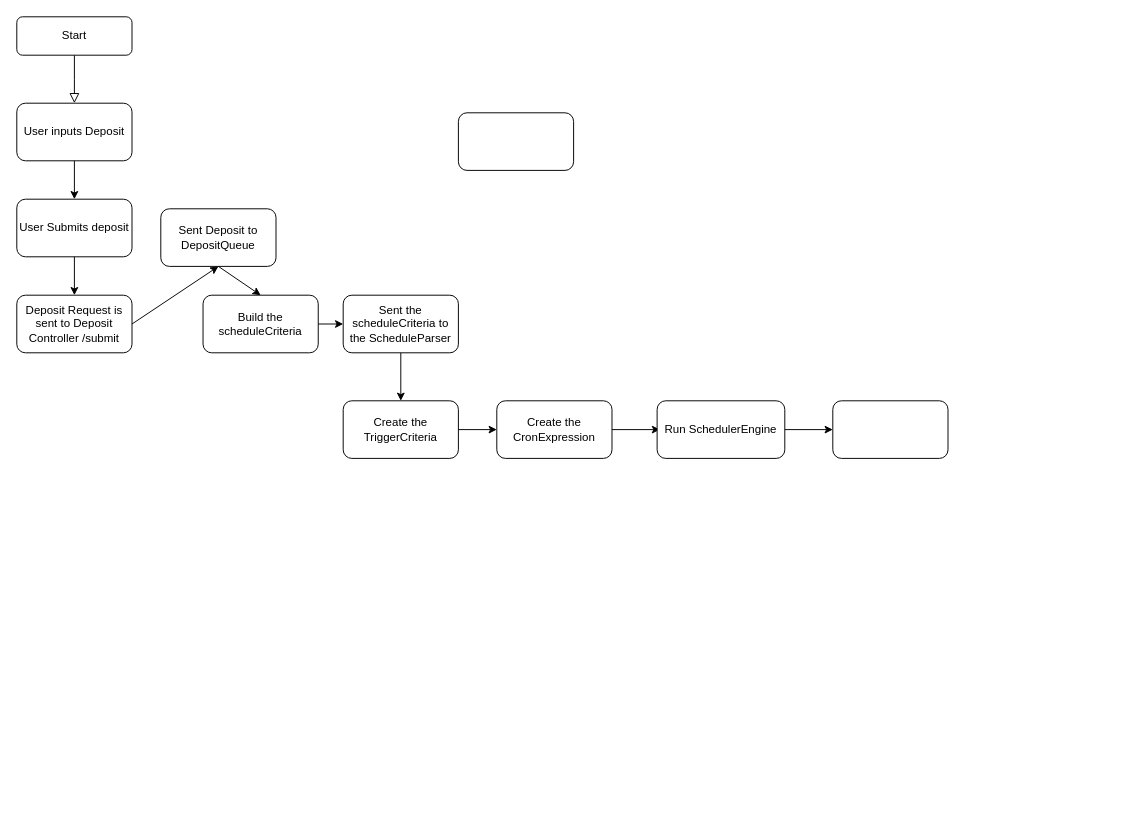
Before: AeroBankApp/DepositProcess.drawio in AKing982/AeroBankApp, a draw.io diagram. Source tidied: cells renumbered, new cells numbered last; positions are measured from the earlier drawing's top-left corner, leaving out a move shared by most shapes. Both pictures are drawn from the tidied source at 96%, with x=0, y=0 at pixel (16, 16).
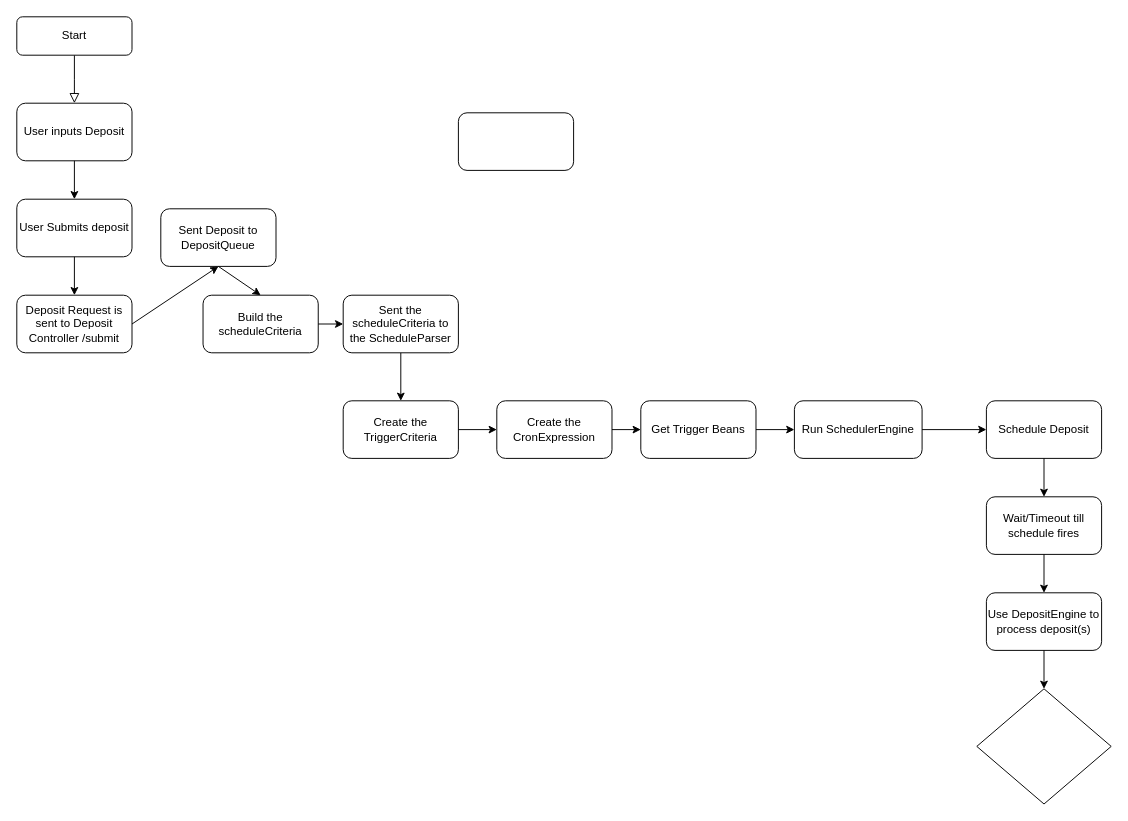
Above is the later version.

The change refers to these unchanged cells:
```xml
<mxCell id="14" value="Create the CronExpression" style="rounded=1;whiteSpace=wrap;html=1;" parent="1" vertex="1">
  <mxGeometry x="500" y="400" width="120" height="60" as="geometry" />
</mxCell>
```

What changed in the source:
```diff
@@
-    <mxCell id="15" style="endArrow=classic;html=1;rounded=0;exitX=1;exitY=0.5;exitDx=0;exitDy=0;" parent="1" edge="1" source="14">
-      <mxGeometry relative="1" as="geometry">
-        <mxPoint x="670" y="430" as="targetPoint" />
-      </mxGeometry>
-    </mxCell>
     <mxCell id="16" value="Run SchedulerEngine" style="rounded=1;whiteSpace=wrap;html=1;" parent="1" vertex="1">
-      <mxGeometry x="667" y="400" width="133" height="60" as="geometry" />
+      <mxGeometry x="810" y="400" width="133" height="60" as="geometry" />
     </mxCell>
-    <mxCell id="17" style="endArrow=classic;html=1;rounded=0;exitX=1;exitY=0.5;exitDx=0;exitDy=0;" parent="1" edge="1" source="16">
-      <mxGeometry relative="1" as="geometry">
-        <mxPoint x="850" y="430" as="targetPoint" />
-      </mxGeometry>
-    </mxCell>
-    <mxCell id="18" style="rounded=1;whiteSpace=wrap;html=1;" parent="1" vertex="1">
-      <mxGeometry x="850" y="400" width="120" height="60" as="geometry" />
+    <mxCell id="18" value="Get Trigger Beans" style="rounded=1;whiteSpace=wrap;html=1;" parent="1" vertex="1">
+      <mxGeometry x="650" y="400" width="120" height="60" as="geometry" />
     </mxCell>
@@
+    <mxCell id="24" style="endArrow=classic;html=1;rounded=0;exitX=1;exitY=0.5;exitDx=0;exitDy=0;entryX=0;entryY=0.5;entryDx=0;entryDy=0;" parent="1" edge="1" source="14" target="18">
+      <mxGeometry relative="1" as="geometry" />
+    </mxCell>
+    <mxCell id="25" style="endArrow=classic;html=1;rounded=0;exitX=1;exitY=0.5;exitDx=0;exitDy=0;entryX=0;entryY=0.5;entryDx=0;entryDy=0;" parent="1" edge="1" source="18" target="16">
+      <mxGeometry relative="1" as="geometry" />
+    </mxCell>
+    <mxCell id="26" style="endArrow=classic;html=1;rounded=0;exitX=1;exitY=0.5;exitDx=0;exitDy=0;" parent="1" edge="1" source="16">
+      <mxGeometry relative="1" as="geometry">
+        <mxPoint x="1010" y="430" as="targetPoint" />
+      </mxGeometry>
+    </mxCell>
+    <mxCell id="27" value="Schedule Deposit" style="rounded=1;whiteSpace=wrap;html=1;" parent="1" vertex="1">
+      <mxGeometry x="1010" y="400" width="120" height="60" as="geometry" />
+    </mxCell>
+    <mxCell id="28" style="endArrow=classic;html=1;rounded=0;exitX=0.5;exitY=1;exitDx=0;exitDy=0;" parent="1" edge="1" source="27">
+      <mxGeometry relative="1" as="geometry">
+        <mxPoint x="1070" y="500" as="targetPoint" />
+      </mxGeometry>
+    </mxCell>
+    <mxCell id="29" value="Wait/Timeout till schedule fires" style="rounded=1;whiteSpace=wrap;html=1;" parent="1" vertex="1">
+      <mxGeometry x="1010" y="500" width="120" height="60" as="geometry" />
+    </mxCell>
+    <mxCell id="30" style="endArrow=classic;html=1;rounded=0;exitX=0.5;exitY=1;exitDx=0;exitDy=0;" parent="1" edge="1" source="29">
+      <mxGeometry relative="1" as="geometry">
+        <mxPoint x="1070" y="600" as="targetPoint" />
+      </mxGeometry>
+    </mxCell>
+    <mxCell id="31" value="Use DepositEngine to process deposit(s)" style="rounded=1;whiteSpace=wrap;html=1;" parent="1" vertex="1">
+      <mxGeometry x="1010" y="600" width="120" height="60" as="geometry" />
+    </mxCell>
+    <mxCell id="32" style="endArrow=classic;html=1;rounded=0;exitX=0.5;exitY=1;exitDx=0;exitDy=0;" parent="1" edge="1" source="31">
+      <mxGeometry relative="1" as="geometry">
+        <mxPoint x="1070" y="700" as="targetPoint" />
+      </mxGeometry>
+    </mxCell>
+    <mxCell id="33" style="rhombus;whiteSpace=wrap;html=1;" parent="1" vertex="1">
+      <mxGeometry x="1000" y="700" width="140" height="120" as="geometry" />
+    </mxCell>
```
